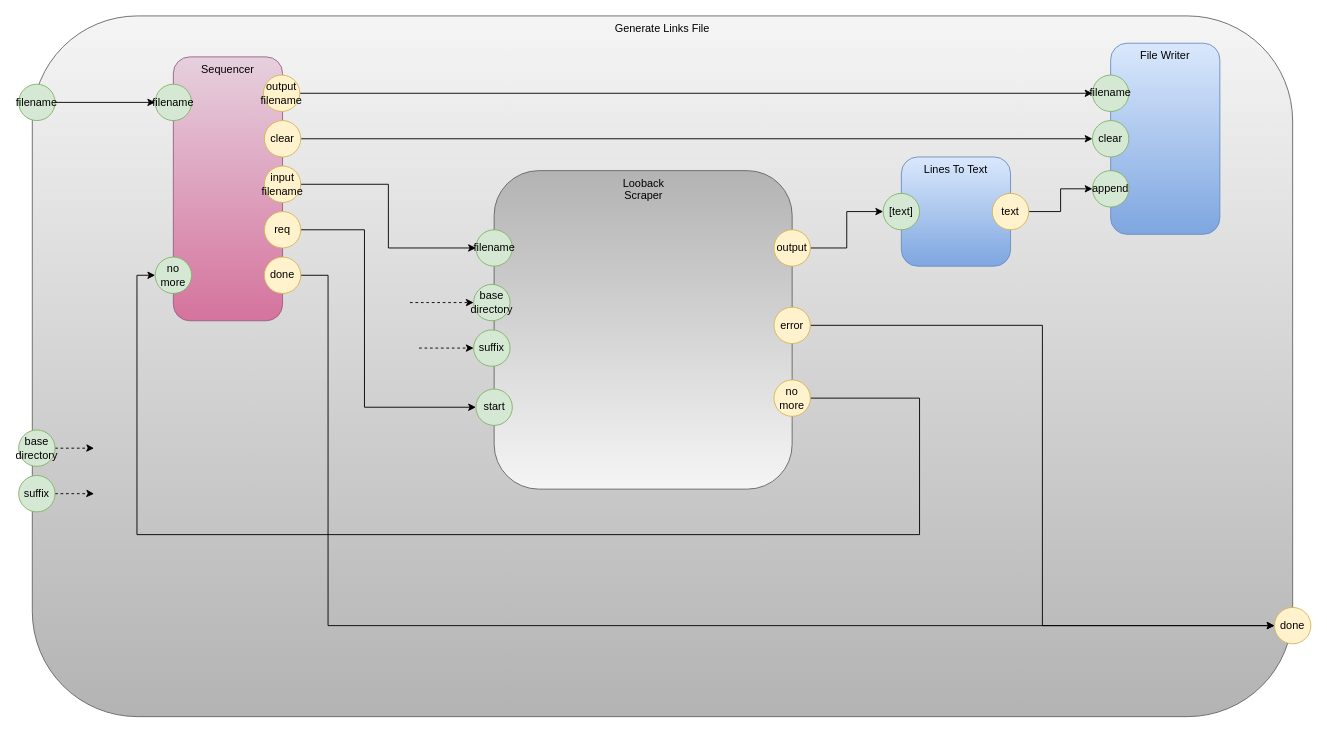
guitarvydas/pypm keeps this draw.io diagram as page "Generate Links File" (6 of 9) of pm-copy.drawio. Above is the earlier version. Source tidied: cells renumbered, new cells numbered last; positions are measured from the earlier drawing's top-left corner, leaving out a move shared by most shapes. Both pictures are drawn from the tidied source at 91%, with x=0, y=0 at pixel (18, 15).
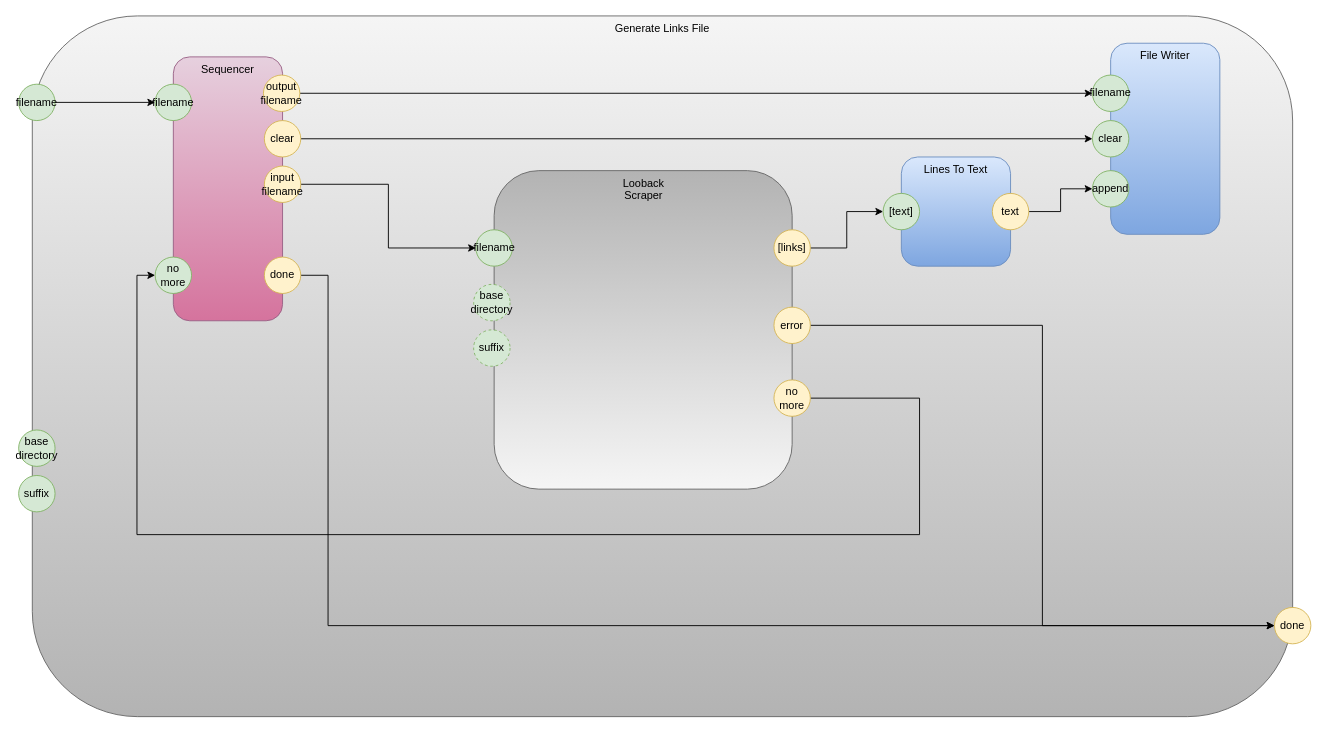
The same page after the edit.

The change refers to these unchanged cells:
```xml
<mxCell id="2" value="Generate Links File" style="rounded=1;whiteSpace=wrap;html=1;horizontal=1;verticalAlign=top;fillColor=#f5f5f5;strokeColor=#666666;gradientColor=#b3b3b3;" parent="1" vertex="1">
  <mxGeometry x="15" width="1385" height="770" as="geometry" />
</mxCell>
<mxCell id="30" value="base&lt;br&gt;directory" style="ellipse;whiteSpace=wrap;html=1;fillColor=#d5e8d4;strokeColor=#82b366;" parent="1" vertex="1">
  <mxGeometry y="455" width="40" height="40" as="geometry" />
</mxCell>
<mxCell id="32" value="suffix" style="ellipse;whiteSpace=wrap;html=1;fillColor=#d5e8d4;strokeColor=#82b366;" parent="1" vertex="1">
  <mxGeometry y="505" width="40" height="40" as="geometry" />
</mxCell>
```

Diff of the diagram source:
```diff
@@
-    <mxCell id="15" style="edgeStyle=orthogonalEdgeStyle;rounded=0;jettySize=auto;html=1;entryX=0;entryY=0.5;entryDx=0;entryDy=0;" parent="1" edge="1" source="16" target="35">
-      <mxGeometry relative="1" as="geometry">
-        <Array as="points">
-          <mxPoint x="380" y="235" />
-          <mxPoint x="380" y="430" />
-        </Array>
-      </mxGeometry>
-    </mxCell>
-    <mxCell id="16" value="req" style="ellipse;whiteSpace=wrap;html=1;fillColor=#fff2cc;strokeColor=#d6b656;" parent="1" vertex="1">
-      <mxGeometry x="270" y="215" width="40" height="40" as="geometry" />
-    </mxCell>
@@
-    <mxCell id="29" style="edgeStyle=orthogonalEdgeStyle;rounded=0;jettySize=auto;html=1;exitX=1;exitY=0.5;exitDx=0;exitDy=0;entryX=0.049;entryY=0.617;entryDx=0;entryDy=0;entryPerimeter=0;dashed=1;" parent="1" edge="1" source="30" target="2">
-      <mxGeometry relative="1" as="geometry">
-        <Array as="points">
-          <mxPoint x="80" y="475" />
-          <mxPoint x="80" y="475" />
-        </Array>
-      </mxGeometry>
-    </mxCell>
@@
-    <mxCell id="31" style="edgeStyle=orthogonalEdgeStyle;rounded=0;jettySize=auto;html=1;exitX=1;exitY=0.5;exitDx=0;exitDy=0;entryX=0.049;entryY=0.682;entryDx=0;entryDy=0;entryPerimeter=0;dashed=1;" parent="1" edge="1" source="32" target="2">
-      <mxGeometry relative="1" as="geometry">
-        <Array as="points">
-          <mxPoint x="80" y="525" />
-          <mxPoint x="80" y="525" />
-        </Array>
-      </mxGeometry>
-    </mxCell>
@@
-    <mxCell id="35" value="start" style="ellipse;whiteSpace=wrap;html=1;fillColor=#d5e8d4;strokeColor=#82b366;" parent="1" vertex="1">
-      <mxGeometry x="502.5" y="410" width="40" height="40" as="geometry" />
-    </mxCell>
-    <mxCell id="36" value="base&lt;br&gt;directory" style="ellipse;whiteSpace=wrap;html=1;fillColor=#d5e8d4;strokeColor=#82b366;" parent="1" vertex="1">
+    <mxCell id="36" value="base&lt;br&gt;directory" style="ellipse;whiteSpace=wrap;html=1;fillColor=#d5e8d4;strokeColor=#82b366;dashed=1;" parent="1" vertex="1">
       <mxGeometry x="500" y="295" width="40" height="40" as="geometry" />
     </mxCell>
-    <mxCell id="37" value="suffix" style="ellipse;whiteSpace=wrap;html=1;fillColor=#d5e8d4;strokeColor=#82b366;" parent="1" vertex="1">
+    <mxCell id="37" value="suffix" style="ellipse;whiteSpace=wrap;html=1;fillColor=#d5e8d4;strokeColor=#82b366;dashed=1;" parent="1" vertex="1">
       <mxGeometry x="500" y="345" width="40" height="40" as="geometry" />
     </mxCell>
@@
-    <mxCell id="40" value="output" style="ellipse;whiteSpace=wrap;html=1;fillColor=#fff2cc;strokeColor=#d6b656;" parent="1" vertex="1">
+    <mxCell id="40" value="[links]" style="ellipse;whiteSpace=wrap;html=1;fillColor=#fff2cc;strokeColor=#d6b656;" parent="1" vertex="1">
       <mxGeometry x="830" y="235" width="40" height="40" as="geometry" />
     </mxCell>
-    <mxCell id="41" style="edgeStyle=orthogonalEdgeStyle;rounded=0;jettySize=auto;html=1;entryX=0;entryY=0.5;entryDx=0;entryDy=0;dashed=1;" parent="1" edge="1" target="36">
-      <mxGeometry relative="1" as="geometry">
-        <mxPoint x="430" y="315" as="sourcePoint" />
-        <Array as="points">
-          <mxPoint x="450" y="315" />
-          <mxPoint x="450" y="315" />
-        </Array>
-      </mxGeometry>
-    </mxCell>
-    <mxCell id="42" style="edgeStyle=orthogonalEdgeStyle;rounded=0;jettySize=auto;html=1;entryX=0;entryY=0.5;entryDx=0;entryDy=0;dashed=1;" parent="1" edge="1" target="37">
-      <mxGeometry relative="1" as="geometry">
-        <mxPoint x="440" y="365" as="sourcePoint" />
-        <Array as="points">
-          <mxPoint x="450" y="365" />
-          <mxPoint x="450" y="365" />
-        </Array>
-      </mxGeometry>
-    </mxCell>
```
